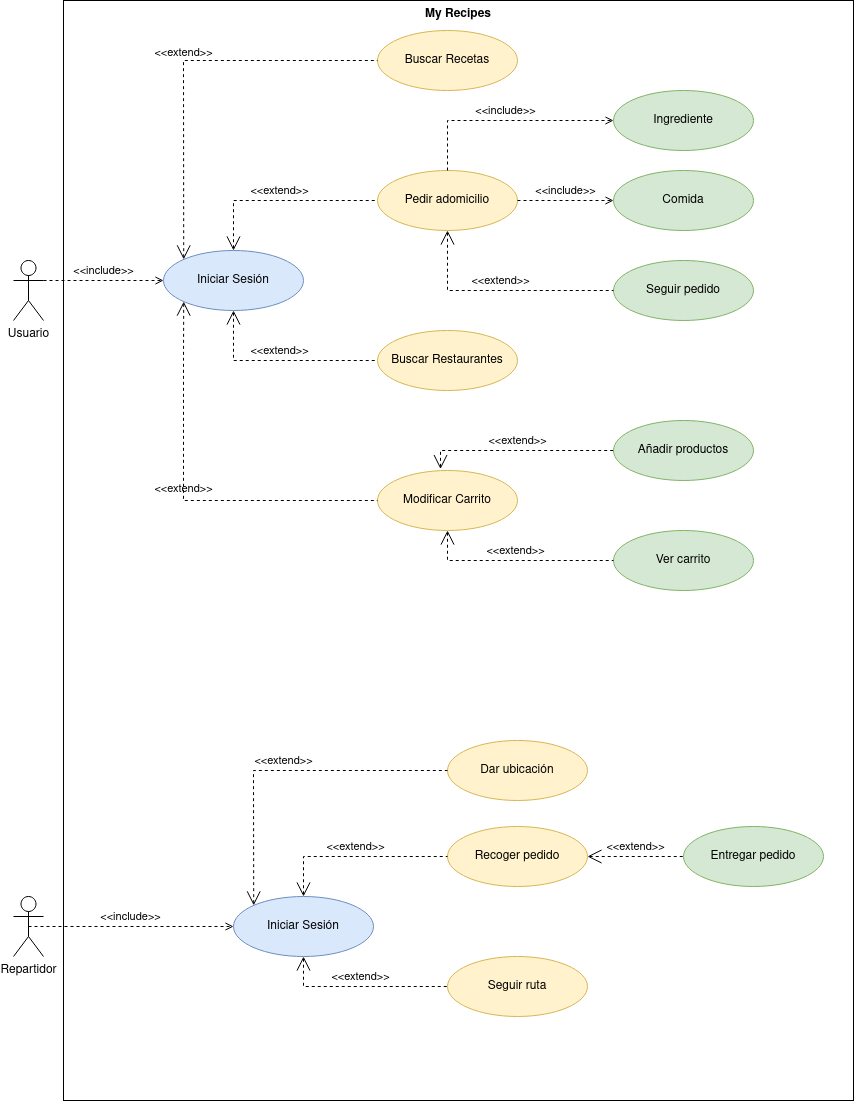
Earlier version of the draw.io export diagramas/Casos de Uso My Recipes.png (Gavila25/ProyectoRecetas). Source tidied: cells renumbered, new cells last; positions are measured from the earlier drawing's top-left corner, leaving out a move shared by most shapes.
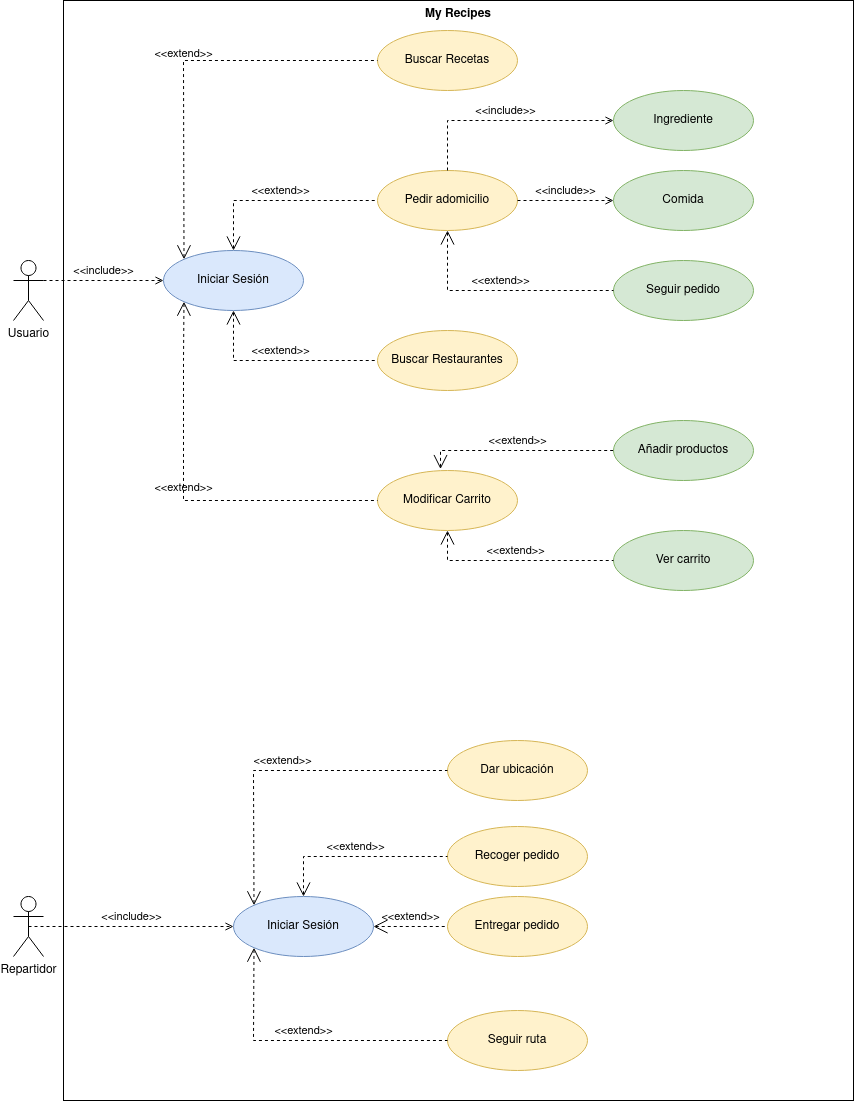
The same file after the commit.

Commit message:
Se cambia un problema en el diagrama de casos de uso #48

Change to the diagram source:
```diff
@@ -105,7 +105,7 @@
       <mxGeometry x="434" y="826" width="140" height="60" as="geometry" />
     </mxCell>
     <mxCell id="25" value="Seguir ruta" style="ellipse;whiteSpace=wrap;html=1;fillColor=#fff2cc;strokeColor=#d6b656;" parent="1" vertex="1">
-      <mxGeometry x="434" y="956" width="140" height="60" as="geometry" />
+      <mxGeometry x="434" y="1010" width="140" height="60" as="geometry" />
     </mxCell>
     <mxCell id="26" value="&amp;lt;&amp;lt;extend&amp;gt;&amp;gt;" style="edgeStyle=none;html=1;startArrow=open;endArrow=none;startSize=12;verticalAlign=bottom;dashed=1;labelBackgroundColor=none;rounded=0;entryX=0;entryY=0.5;entryDx=0;entryDy=0;exitX=0.5;exitY=0;exitDx=0;exitDy=0;" parent="1" edge="1" source="21" target="24">
       <mxGeometry relative="1" as="geometry">
@@ -114,17 +114,17 @@
         </Array>
       </mxGeometry>
     </mxCell>
-    <mxCell id="27" value="&lt;div&gt;Entregar pedido&lt;/div&gt;" style="ellipse;whiteSpace=wrap;html=1;fillColor=#d5e8d4;strokeColor=#82b366;" parent="1" vertex="1">
-      <mxGeometry x="670" y="826" width="140" height="60" as="geometry" />
+    <mxCell id="27" value="&lt;div&gt;Entregar pedido&lt;/div&gt;" style="ellipse;whiteSpace=wrap;html=1;fillColor=#fff2cc;strokeColor=#d6b656;" parent="1" vertex="1">
+      <mxGeometry x="434" y="896" width="140" height="60" as="geometry" />
     </mxCell>
-    <mxCell id="28" value="&amp;lt;&amp;lt;extend&amp;gt;&amp;gt;" style="edgeStyle=none;html=1;startArrow=open;endArrow=none;startSize=12;verticalAlign=bottom;dashed=1;labelBackgroundColor=none;rounded=0;entryX=0;entryY=0.5;entryDx=0;entryDy=0;exitX=0.5;exitY=1;exitDx=0;exitDy=0;" parent="1" edge="1" source="21" target="25">
+    <mxCell id="28" value="&amp;lt;&amp;lt;extend&amp;gt;&amp;gt;" style="edgeStyle=none;html=1;startArrow=open;endArrow=none;startSize=12;verticalAlign=bottom;dashed=1;labelBackgroundColor=none;rounded=0;entryX=0;entryY=0.5;entryDx=0;entryDy=0;exitX=0;exitY=1;exitDx=0;exitDy=0;" parent="1" edge="1" source="21" target="25">
       <mxGeometry relative="1" as="geometry">
         <Array as="points">
-          <mxPoint x="290" y="986" />
+          <mxPoint x="240" y="1040" />
         </Array>
       </mxGeometry>
     </mxCell>
-    <mxCell id="29" value="&amp;lt;&amp;lt;extend&amp;gt;&amp;gt;" style="edgeStyle=none;html=1;startArrow=open;endArrow=none;startSize=12;verticalAlign=bottom;dashed=1;labelBackgroundColor=none;rounded=0;exitX=1;exitY=0.5;exitDx=0;exitDy=0;entryX=0;entryY=0.5;entryDx=0;entryDy=0;" parent="1" edge="1" source="24" target="27">
+    <mxCell id="29" value="&amp;lt;&amp;lt;extend&amp;gt;&amp;gt;" style="edgeStyle=none;html=1;startArrow=open;endArrow=none;startSize=12;verticalAlign=bottom;dashed=1;labelBackgroundColor=none;rounded=0;exitX=1;exitY=0.5;exitDx=0;exitDy=0;entryX=0;entryY=0.5;entryDx=0;entryDy=0;" parent="1" edge="1" source="21" target="27">
       <mxGeometry relative="1" as="geometry" />
     </mxCell>
     <mxCell id="30" value="&amp;lt;&amp;lt;include&amp;gt;&amp;gt;" style="edgeStyle=none;html=1;endArrow=open;verticalAlign=bottom;dashed=1;labelBackgroundColor=none;rounded=0;exitX=0.5;exitY=0;exitDx=0;exitDy=0;entryX=0;entryY=0.5;entryDx=0;entryDy=0;" parent="1" edge="1" source="8" target="31">
```
